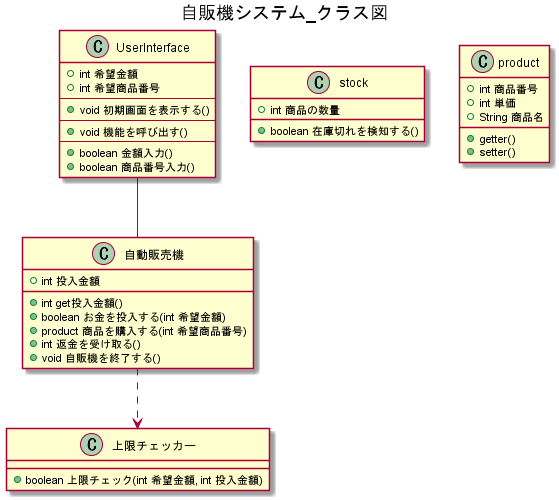
The PlantUML diagram UML_class_sequence/自販機システム_クラス図.png in W-Nakayama-24/VendingMachine_CUI, before a commit.
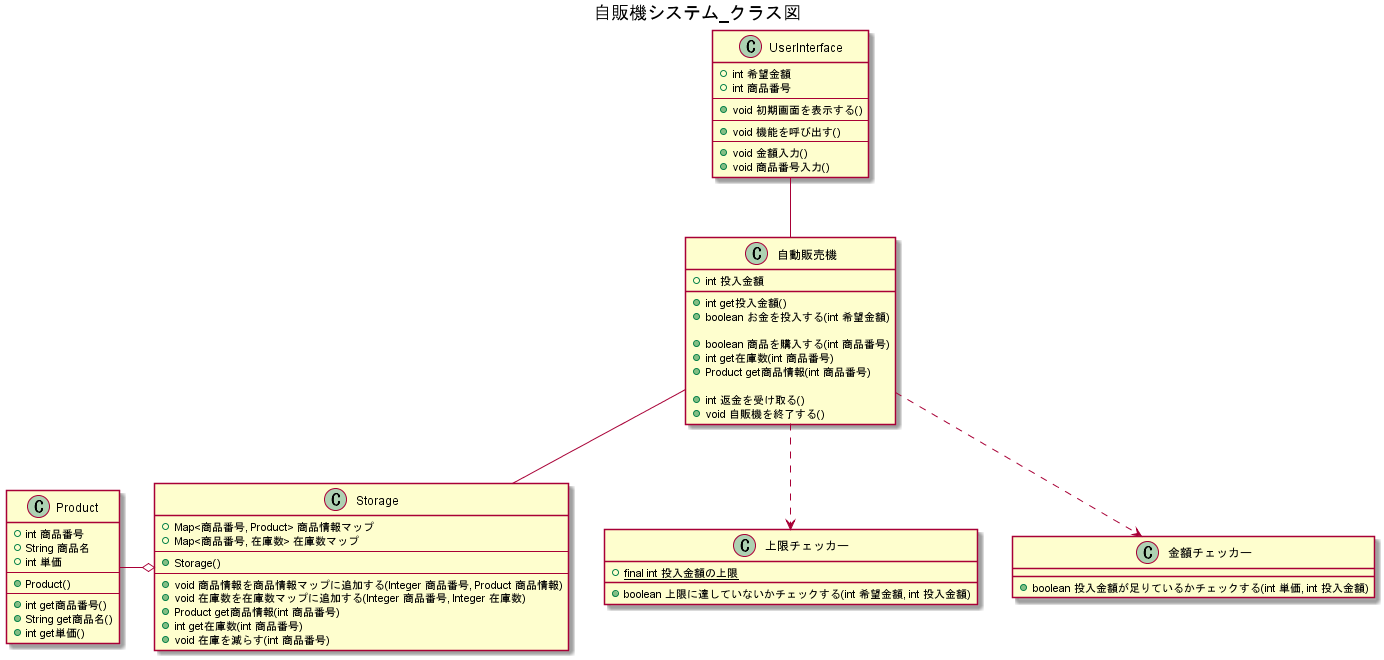
After the change.

Commit message:
FIX classDiag, CREATE sequence02

What changed in the source:
```diff
@@ -3,46 +3,70 @@
 
 
 UserInterface -- 自動販売機
+自動販売機 -- Storage
 自動販売機 ..> 上限チェッカー
+自動販売機 ..> 金額チェッカー
+Product -o Storage
+
 
 class UserInterface {
     +int 希望金額
-    +int 希望商品番号
+    +int 商品番号
     --
     +void 初期画面を表示する()
     --
     +void 機能を呼び出す()
     --
-    +boolean 金額入力()
-    +boolean 商品番号入力()
+    +void 金額入力()
+    +void 商品番号入力()
 }
 
 class 自動販売機 {
     +int 投入金額
     +int get投入金額()
     +boolean お金を投入する(int 希望金額)
-    +product 商品を購入する(int 希望商品番号)
+
+    +boolean 商品を購入する(int 商品番号)
+    +int get在庫数(int 商品番号)
+    +Product get商品情報(int 商品番号)
+
     +int 返金を受け取る()
     +void 自販機を終了する()
 }
 
 class 上限チェッカー{
-    +boolean 上限チェック(int 希望金額, int 投入金額)
+    +{static}final int 投入金額の上限
+    +boolean 上限に達していないかチェックする(int 希望金額, int 投入金額)
 }
 
 
-
-class stock {
-    +int 商品の数量
-    +boolean 在庫切れを検知する()
+class 金額チェッカー{
+    +boolean 投入金額が足りているかチェックする(int 単価, int 投入金額)
 }
 
-class product {
+class Storage {
+    +Map<商品番号, Product> 商品情報マップ
+    +Map<商品番号, 在庫数> 在庫数マップ
+    --
+    +Storage()
+    --
+    +void 商品情報を商品情報マップに追加する(Integer 商品番号, Product 商品情報)
+    +void 在庫数を在庫数マップに追加する(Integer 商品番号, Integer 在庫数)
+    +Product get商品情報(int 商品番号)
+    +int get在庫数(int 商品番号)
+    +void 在庫を減らす(int 商品番号)
+}
+
+class Product {
     +int 商品番号
+    +String 商品名
     +int 単価
-    +String 商品名
-    +getter()
-    +setter()
+    --
+    +Product()
+    --
+    +int get商品番号()
+    +String get商品名()
+    +int get単価()
 }
 
 
```
